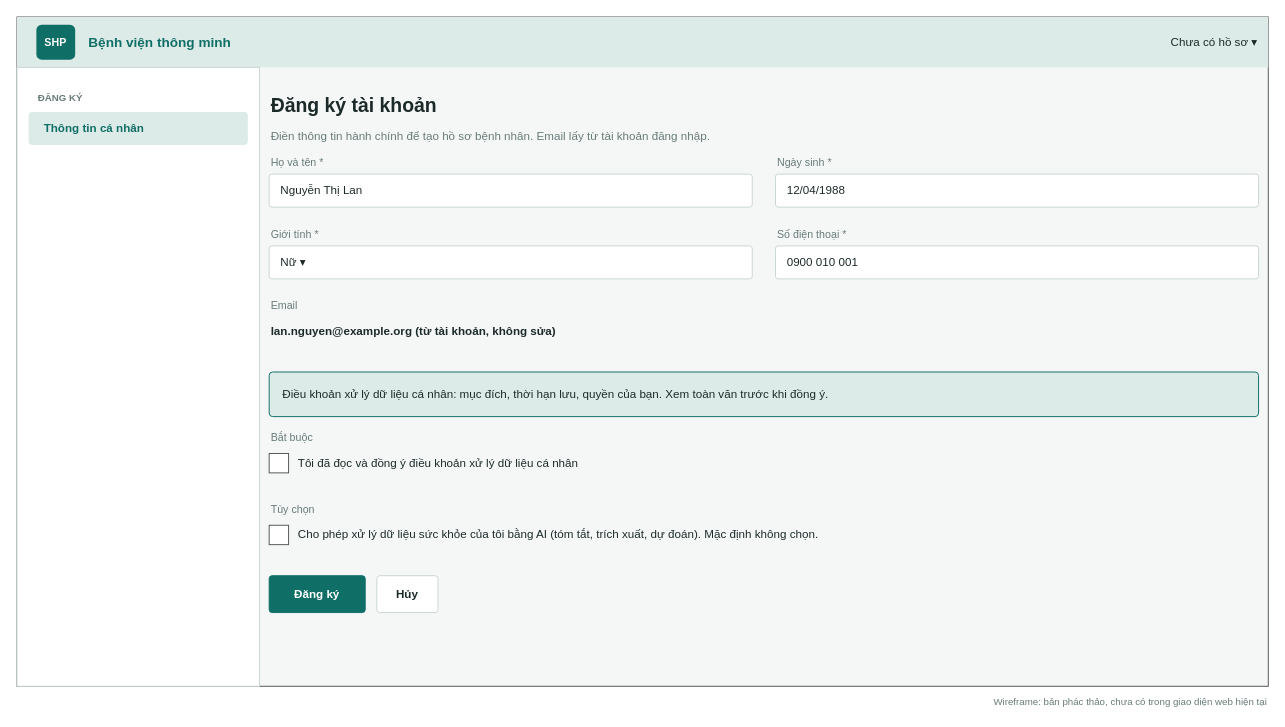
Earlier version of the draw.io diagram page "Đăng ký tài khoản" (1 of 17) of docs/02-requirements/srs/dist/diagrams/06-wireframes.drawio (viethung12062005/smart-hospital-platform). Source tidied: cells renumbered, new cells numbered last; positions are measured from the earlier drawing's top-left corner, leaving out a move shared by most shapes. Both pictures are drawn from the tidied source at 97%, with x=0, y=0 at pixel (16, 16).
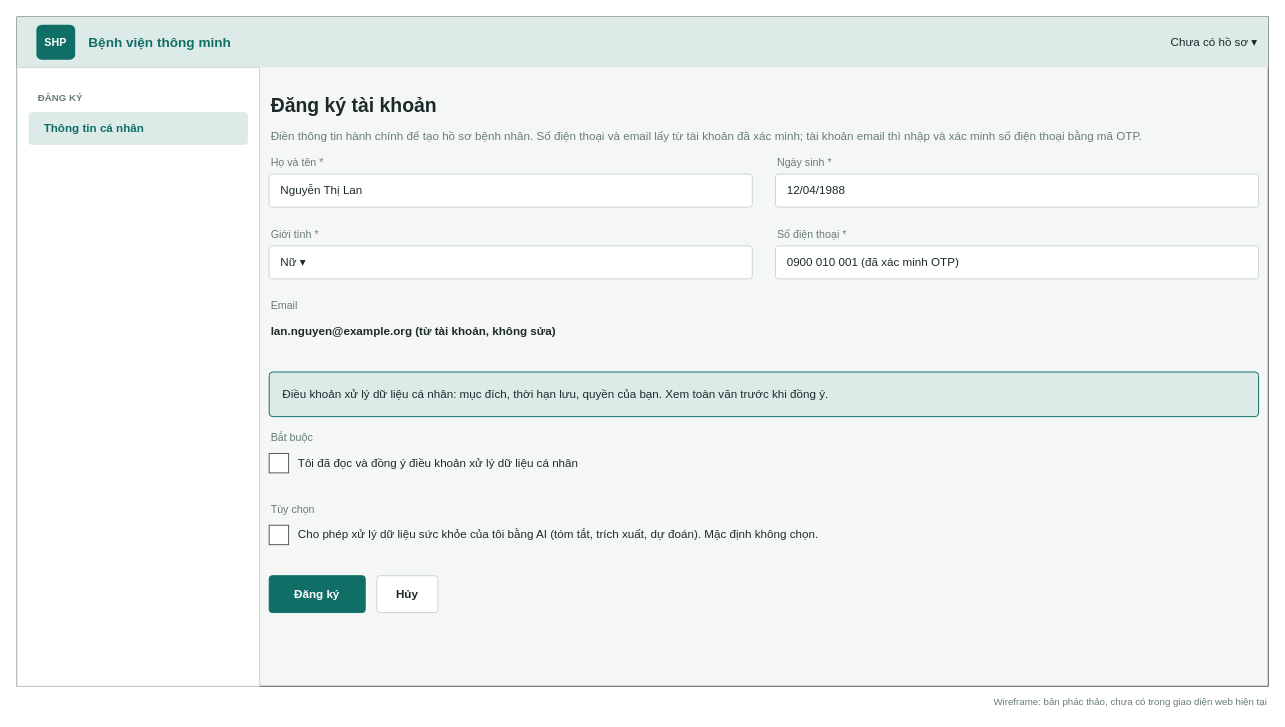
Above is the later version.

Change to the diagram source:
```diff
@@
-    <mxCell id="12" value="Điền thông tin hành chính để tạo hồ sơ bệnh nhân. Email lấy từ tài khoản đăng nhập." style="text;html=1;align=left;verticalAlign=middle;whiteSpace=wrap;fontSize=12;fontColor=#667B78;" parent="1" vertex="1">
+    <mxCell id="12" value="Điền thông tin hành chính để tạo hồ sơ bệnh nhân. Số điện thoại và email lấy từ tài khoản đã xác minh; tài khoản email thì nhập và xác minh số điện thoại bằng mã OTP." style="text;html=1;align=left;verticalAlign=middle;whiteSpace=wrap;fontSize=12;fontColor=#667B78;" parent="1" vertex="1">
       <mxGeometry x="260" y="110" width="1020" height="26" as="geometry" />
     </mxCell>
@@
-    <mxCell id="20" value="0900 010 001" style="rounded=1;whiteSpace=wrap;html=1;arcSize=8;fillColor=#FFFFFF;strokeColor=#C9D6D4;fontSize=12;fontColor=#1B2A29;align=left;spacingLeft=10;" parent="1" vertex="1">
+    <mxCell id="20" value="0900 010 001 (đã xác minh OTP)" style="rounded=1;whiteSpace=wrap;html=1;arcSize=8;fillColor=#FFFFFF;strokeColor=#C9D6D4;fontSize=12;fontColor=#1B2A29;align=left;spacingLeft=10;" parent="1" vertex="1">
       <mxGeometry x="782" y="236" width="498" height="34" as="geometry" />
     </mxCell>
```
